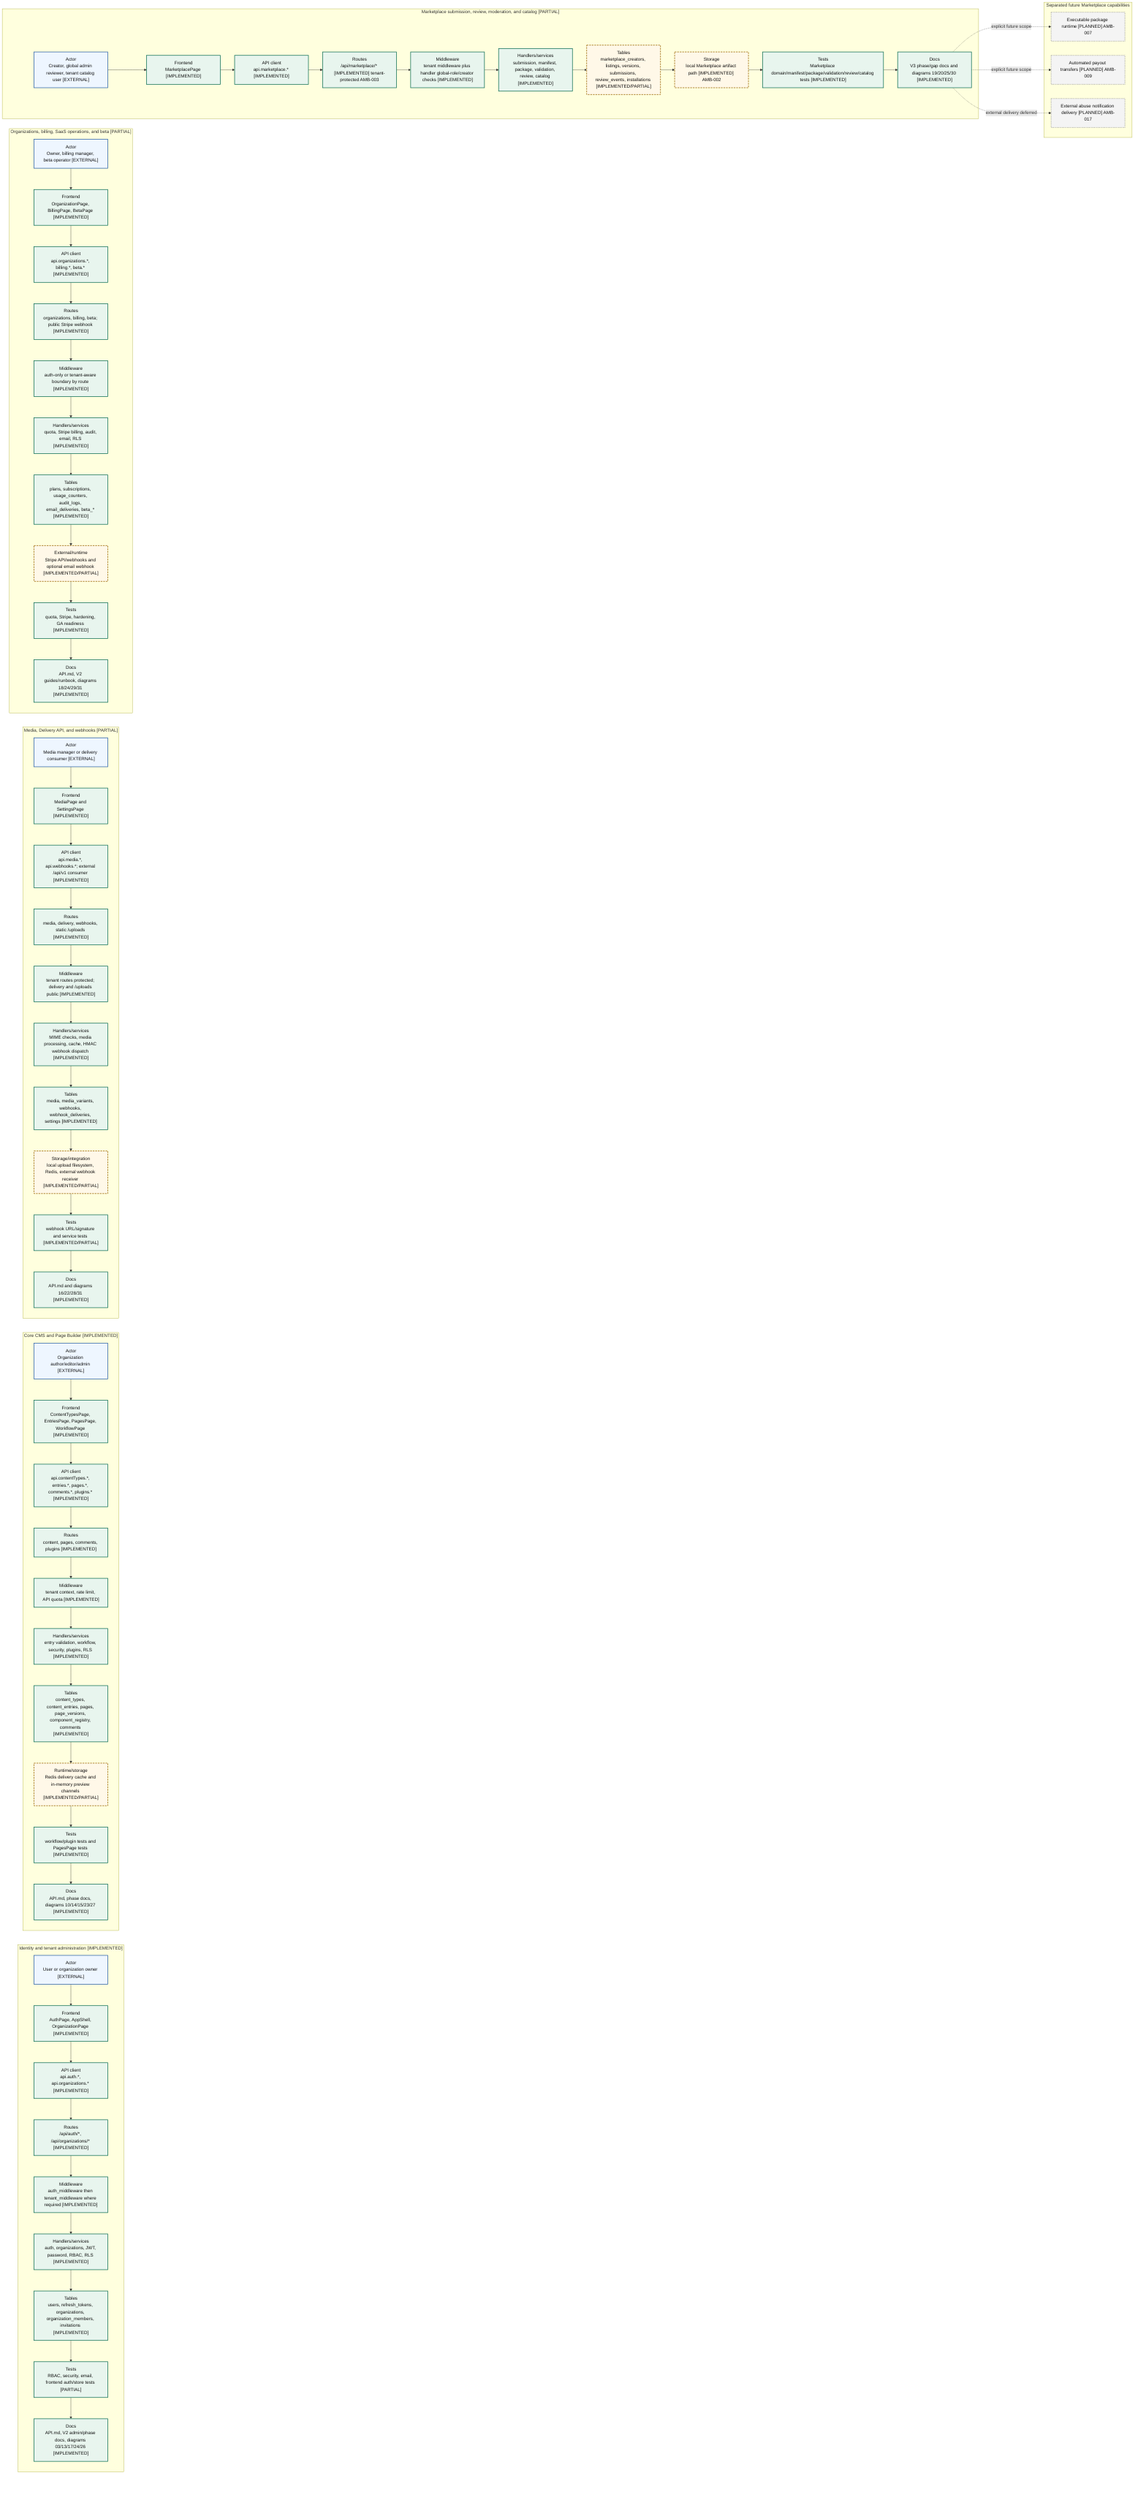
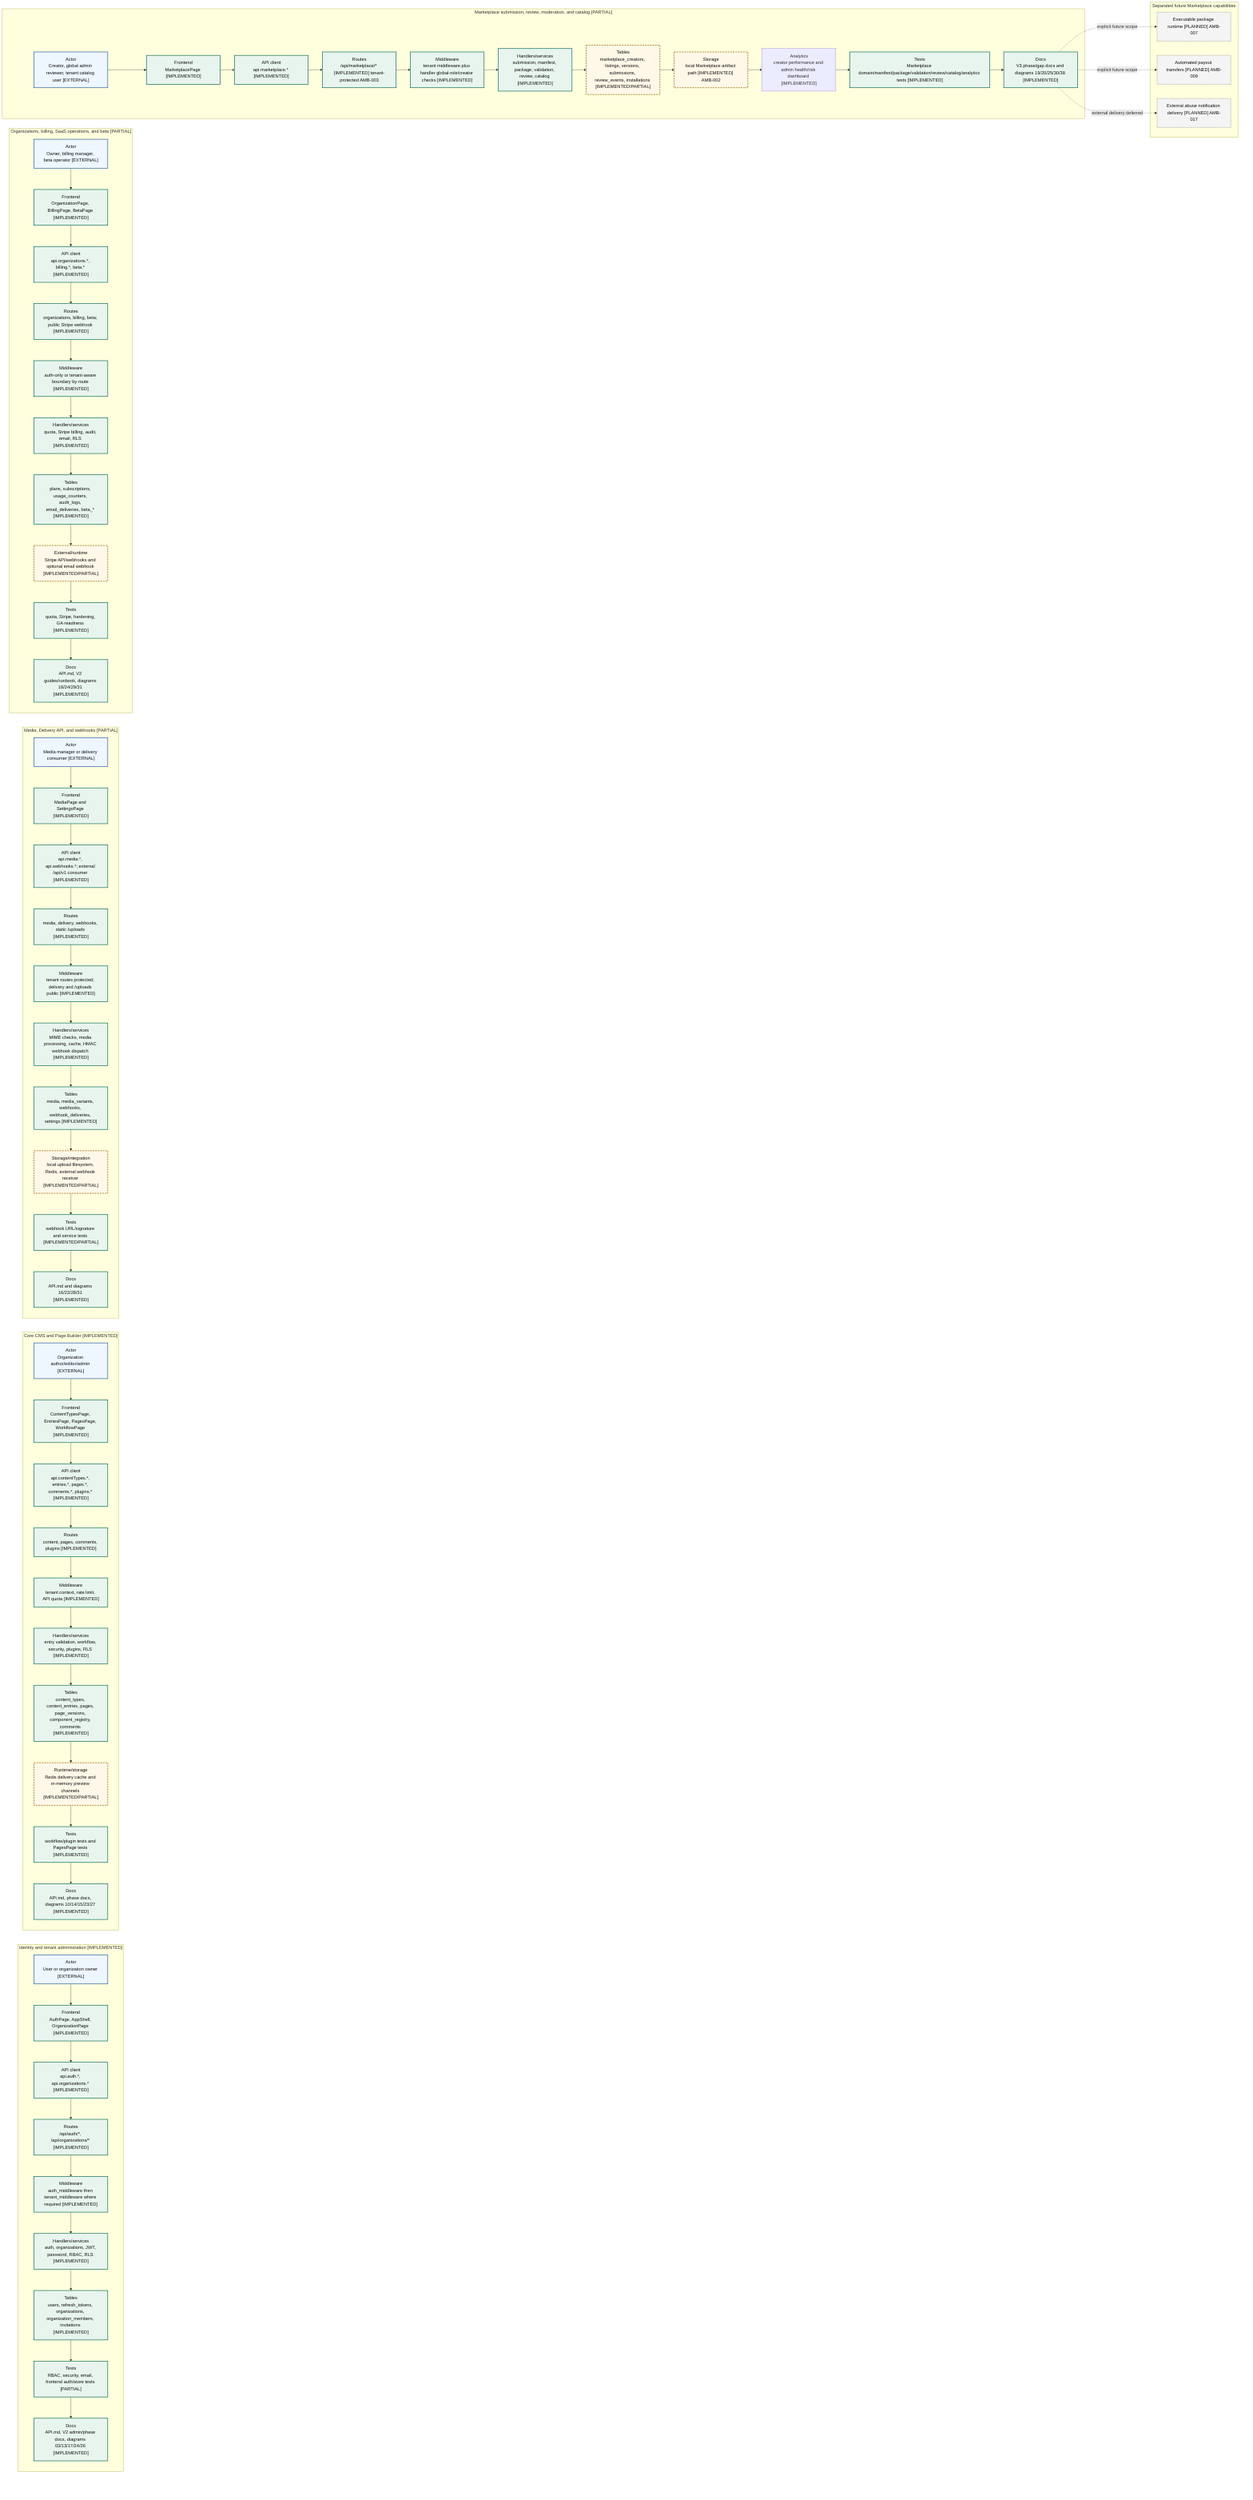
flowchart LR
%% Evidence: backend/src/routes/mod.rs
%% Evidence: backend/src/middleware/auth.rs
%% Evidence: backend/src/middleware/tenant.rs
%% Evidence: backend/src/routes/auth.rs
%% Evidence: backend/src/routes/content.rs
%% Evidence: backend/src/routes/pages.rs
%% Evidence: backend/src/routes/media.rs
%% Evidence: backend/src/routes/delivery.rs
%% Evidence: backend/src/routes/webhooks.rs
%% Evidence: backend/src/routes/organizations.rs
%% Evidence: backend/src/routes/billing.rs
%% Evidence: backend/src/routes/beta.rs
%% Evidence: backend/src/routes/marketplace.rs
%% Evidence: backend/src/services/rls.rs
%% Evidence: backend/src/services/quota.rs
%% Evidence: backend/src/services/stripe_billing.rs
%% Evidence: backend/src/services/marketplace_validation.rs
%% Evidence: frontend/src/router.tsx
%% Evidence: frontend/src/services/api.ts
%% Evidence: frontend/src/stores/useAppStore.ts
%% Evidence: frontend/src/pages/PagesPage.tsx
%% Evidence: frontend/src/pages/MarketplacePage.tsx
%% Evidence: backend/migrations/0001_initial_schema.sql
%% Evidence: backend/migrations/0008_v2_phase_one_organizations.sql
%% Evidence: backend/migrations/0009_v2_phase_three_rls.sql
%% Evidence: backend/migrations/0010_v2_phase_five_billing_quota.sql
%% Evidence: backend/migrations/0015_v3_phase_one_marketplace_foundation.sql
%% Evidence: backend/migrations/0018_v3_phase_four_review_moderation.sql
%% Evidence: docs/API.md

subgraph identity["Identity and tenant administration [IMPLEMENTED]"]
  id_actor["Actor<br/>User or organization owner [EXTERNAL]"]
  id_page["Frontend<br/>AuthPage, AppShell, OrganizationPage [IMPLEMENTED]"]
  id_api["API client<br/>api.auth.*, api.organizations.* [IMPLEMENTED]"]
  id_route["Routes<br/>/api/auth/*, /api/organizations/* [IMPLEMENTED]"]
  id_mw["Middleware<br/>auth_middleware then tenant_middleware where required [IMPLEMENTED]"]
  id_handler["Handlers/services<br/>auth, organizations, JWT, password, RBAC, RLS [IMPLEMENTED]"]
  id_data["Tables<br/>users, refresh_tokens, organizations, organization_members, invitations [IMPLEMENTED]"]
  id_test["Tests<br/>RBAC, security, email, frontend auth/store tests [PARTIAL]"]
  id_doc["Docs<br/>API.md, V2 admin/phase docs, diagrams 03/13/17/24/26 [IMPLEMENTED]"]
end

subgraph cms["Core CMS and Page Builder [IMPLEMENTED]"]
  cms_actor["Actor<br/>Organization author/editor/admin [EXTERNAL]"]
  cms_page["Frontend<br/>ContentTypesPage, EntriesPage, PagesPage, WorkflowPage [IMPLEMENTED]"]
  cms_api["API client<br/>api.contentTypes.*, entries.*, pages.*, comments.*, plugins.* [IMPLEMENTED]"]
  cms_route["Routes<br/>content, pages, comments, plugins [IMPLEMENTED]"]
  cms_mw["Middleware<br/>tenant context, rate limit, API quota [IMPLEMENTED]"]
  cms_handler["Handlers/services<br/>entry validation, workflow, security, plugins, RLS [IMPLEMENTED]"]
  cms_data["Tables<br/>content_types, content_entries, pages, page_versions, component_registry, comments [IMPLEMENTED]"]
  cms_cache["Runtime/storage<br/>Redis delivery cache and in-memory preview channels [IMPLEMENTED/PARTIAL]"]
  cms_test["Tests<br/>workflow/plugin tests and PagesPage tests [IMPLEMENTED]"]
  cms_doc["Docs<br/>API.md, phase docs, diagrams 10/14/15/23/27 [IMPLEMENTED]"]
end

subgraph media_delivery["Media, Delivery API, and webhooks [PARTIAL]"]
  md_actor["Actor<br/>Media manager or delivery consumer [EXTERNAL]"]
  md_page["Frontend<br/>MediaPage and SettingsPage [IMPLEMENTED]"]
  md_api["API client<br/>api.media.*, api.webhooks.*; external /api/v1 consumer [IMPLEMENTED]"]
  md_route["Routes<br/>media, delivery, webhooks, static /uploads [IMPLEMENTED]"]
  md_mw["Middleware<br/>tenant routes protected; delivery and /uploads public [IMPLEMENTED]"]
  md_handler["Handlers/services<br/>MIME checks, media processing, cache, HMAC webhook dispatch [IMPLEMENTED]"]
  md_data["Tables<br/>media, media_variants, webhooks, webhook_deliveries, settings [IMPLEMENTED]"]
  md_external["Storage/integration<br/>local upload filesystem, Redis, external webhook receiver [IMPLEMENTED/PARTIAL]"]
  md_test["Tests<br/>webhook URL/signature and service tests [IMPLEMENTED/PARTIAL]"]
  md_doc["Docs<br/>API.md and diagrams 16/22/28/31 [IMPLEMENTED]"]
end

subgraph billing_ops["Organizations, billing, SaaS operations, and beta [PARTIAL]"]
  bo_actor["Actor<br/>Owner, billing manager, beta operator [EXTERNAL]"]
  bo_page["Frontend<br/>OrganizationPage, BillingPage, BetaPage [IMPLEMENTED]"]
  bo_api["API client<br/>api.organizations.*, billing.*, beta.* [IMPLEMENTED]"]
  bo_route["Routes<br/>organizations, billing, beta; public Stripe webhook [IMPLEMENTED]"]
  bo_mw["Middleware<br/>auth-only or tenant-aware boundary by route [IMPLEMENTED]"]
  bo_handler["Handlers/services<br/>quota, Stripe billing, audit, email, RLS [IMPLEMENTED]"]
  bo_data["Tables<br/>plans, subscriptions, usage_counters, audit_logs, email_deliveries, beta_* [IMPLEMENTED]"]
  bo_external["External/runtime<br/>Stripe API/webhooks and optional email webhook [IMPLEMENTED/PARTIAL]"]
  bo_test["Tests<br/>quota, Stripe, hardening, GA readiness [IMPLEMENTED]"]
  bo_doc["Docs<br/>API.md, V2 guides/runbook, diagrams 18/24/29/31 [IMPLEMENTED]"]
end

subgraph marketplace["Marketplace submission, review, moderation, and catalog [PARTIAL]"]
  mp_actor["Actor<br/>Creator, global admin reviewer, tenant catalog user [EXTERNAL]"]
  mp_page["Frontend<br/>MarketplacePage [IMPLEMENTED]"]
  mp_api["API client<br/>api.marketplace.* [IMPLEMENTED]"]
  mp_route["Routes<br/>/api/marketplace/* [IMPLEMENTED] tenant-protected AMB-003"]
  mp_mw["Middleware<br/>tenant middleware plus handler global-role/creator checks [IMPLEMENTED]"]
  mp_handler["Handlers/services<br/>submission, manifest, package, validation, review, catalog [IMPLEMENTED]"]
  mp_data["Tables<br/>marketplace_creators, listings, versions, submissions, review_events, installations [IMPLEMENTED/PARTIAL]"]
  mp_storage["Storage<br/>local Marketplace artifact path [IMPLEMENTED] AMB-002"]
-   mp_test["Tests<br/>Marketplace domain/manifest/package/validation/review/catalog tests [IMPLEMENTED]"]
-   mp_doc["Docs<br/>V3 phase/gap docs and diagrams 19/20/25/30 [IMPLEMENTED]"]
+   mp_analytics["Analytics<br/>creator performance and admin health/risk dashboard [IMPLEMENTED]"]
+   mp_test["Tests<br/>Marketplace domain/manifest/package/validation/review/catalog/analytics tests [IMPLEMENTED]"]
+   mp_doc["Docs<br/>V3 phase/gap docs and diagrams 19/20/25/30/38 [IMPLEMENTED]"]
end

subgraph excluded["Separated future Marketplace capabilities"]
  install_future["Executable package runtime [PLANNED] AMB-007"]
  payout_future["Automated payout transfers [PLANNED] AMB-009"]
  notification_future["External abuse notification delivery [PLANNED] AMB-017"]
end

id_actor --> id_page --> id_api --> id_route --> id_mw --> id_handler --> id_data --> id_test --> id_doc
cms_actor --> cms_page --> cms_api --> cms_route --> cms_mw --> cms_handler --> cms_data --> cms_cache --> cms_test --> cms_doc
md_actor --> md_page --> md_api --> md_route --> md_mw --> md_handler --> md_data --> md_external --> md_test --> md_doc
bo_actor --> bo_page --> bo_api --> bo_route --> bo_mw --> bo_handler --> bo_data --> bo_external --> bo_test --> bo_doc
- mp_actor --> mp_page --> mp_api --> mp_route --> mp_mw --> mp_handler --> mp_data --> mp_storage --> mp_test --> mp_doc
+ mp_actor --> mp_page --> mp_api --> mp_route --> mp_mw --> mp_handler --> mp_data --> mp_storage --> mp_analytics --> mp_test --> mp_doc
mp_doc -. "explicit future scope" .-> install_future
mp_doc -. "explicit future scope" .-> payout_future
mp_doc -. "external delivery deferred" .-> notification_future

classDef implemented fill:#e8f5ee,stroke:#17745b,stroke-width:2px,color:#111;
classDef partial fill:#fff8e8,stroke:#9a6500,stroke-width:2px,stroke-dasharray: 6 3,color:#111;
classDef planned fill:#f4f4f4,stroke:#666,stroke-width:2px,stroke-dasharray: 2 4,color:#111;
classDef external fill:#eef6ff,stroke:#3367a8,stroke-width:2px,color:#111;

class id_page,id_api,id_route,id_mw,id_handler,id_data,id_test,id_doc,cms_page,cms_api,cms_route,cms_mw,cms_handler,cms_data,cms_test,cms_doc,md_page,md_api,md_route,md_mw,md_handler,md_data,md_test,md_doc,bo_page,bo_api,bo_route,bo_mw,bo_handler,bo_data,bo_test,bo_doc,mp_page,mp_api,mp_route,mp_mw,mp_handler,mp_test,mp_doc implemented;
class cms_cache,md_external,bo_external,mp_data,mp_storage partial;
class install_future,payout_future,notification_future planned;
class id_actor,cms_actor,md_actor,bo_actor,mp_actor external;
